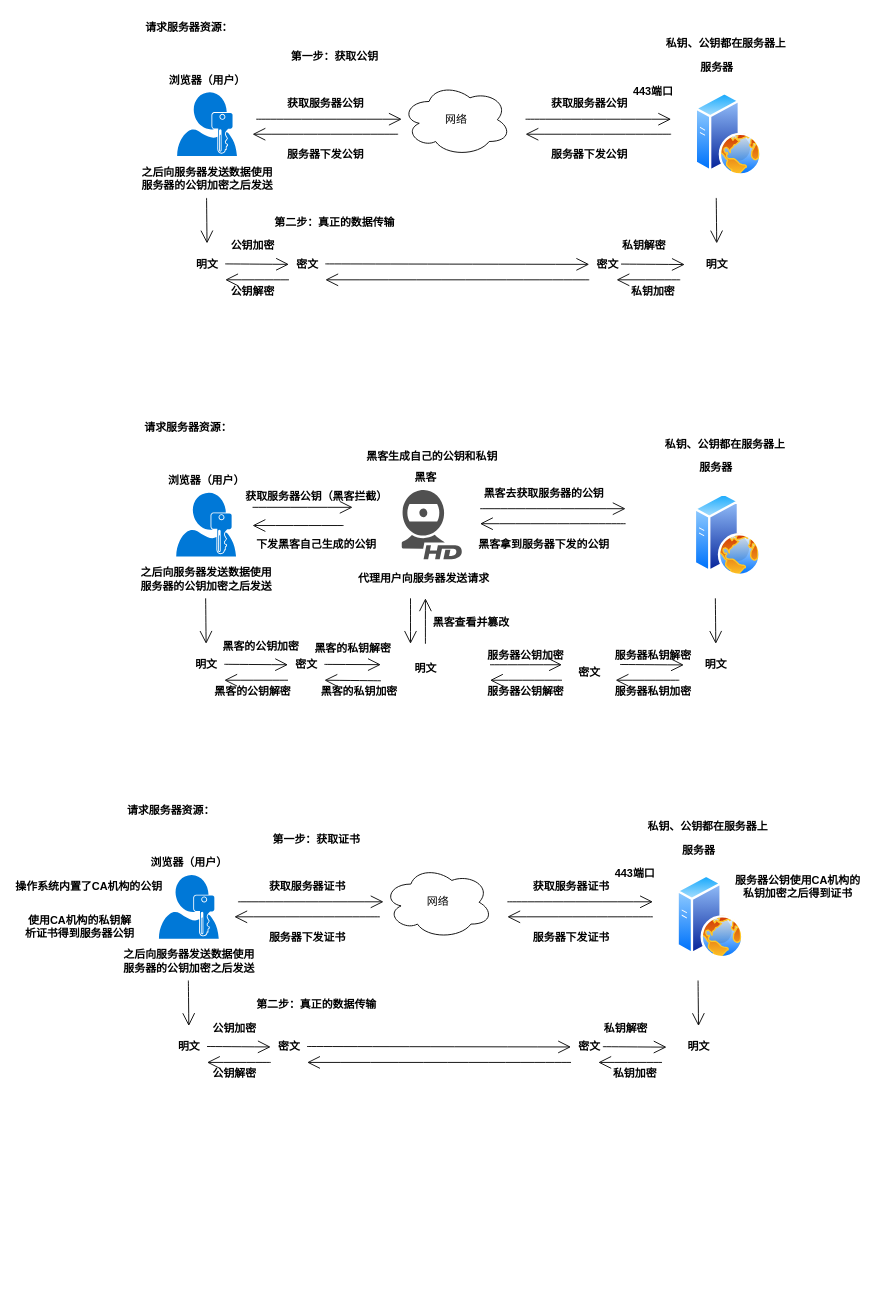
Above: 高级/HTTP和HTTPS.drawio in Chaimek/LearnPictures (draw.io), before the change. Source tidied: cells renumbered, new cells numbered last; positions are measured from the earlier drawing's top-left corner, leaving out a move shared by most shapes. Both pictures are drawn from the tidied source at 91%, with x=0, y=0 at pixel (43, 15).
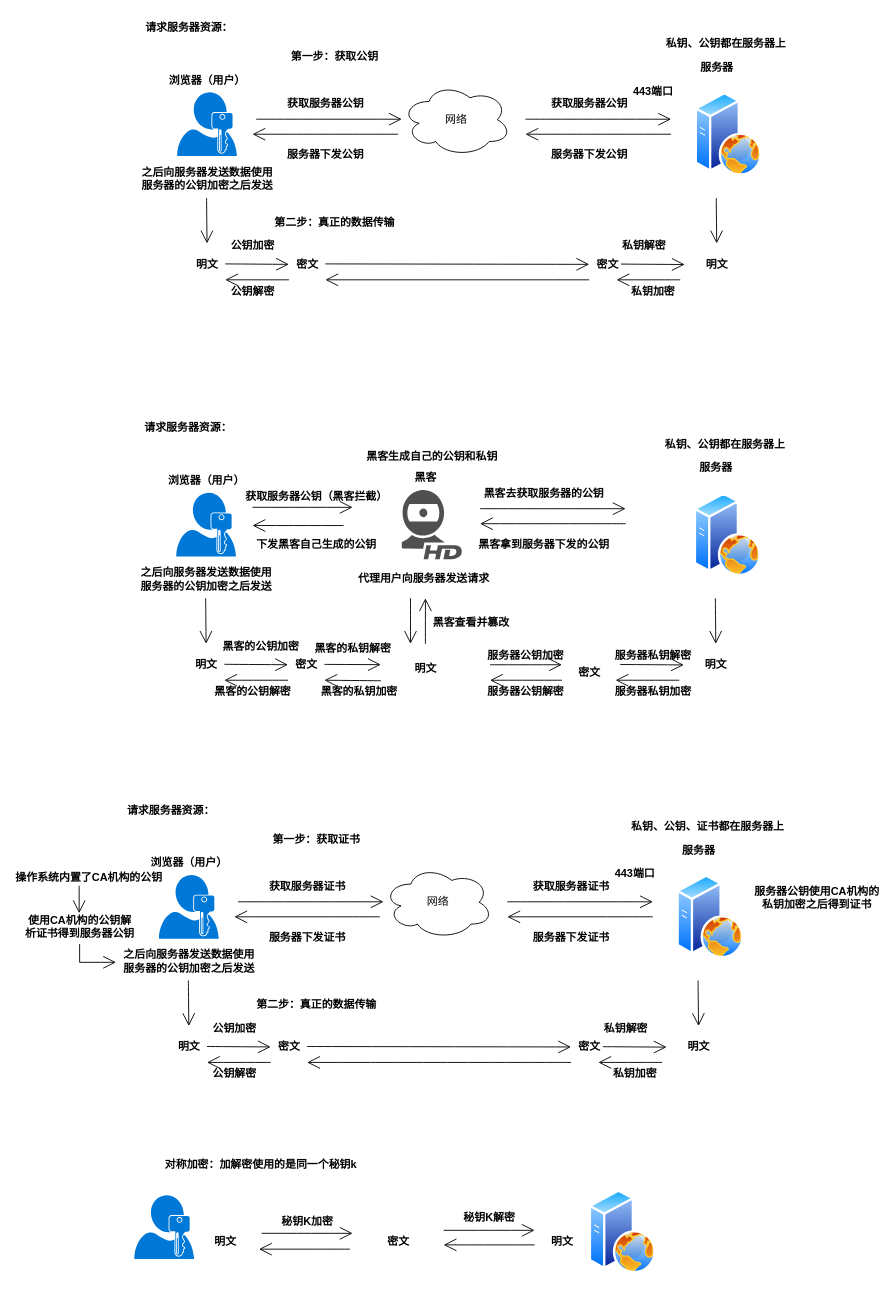
After the change.

What changed in the source:
```diff
@@
-    <mxCell id="87" value="私钥、公钥都在服务器上" style="text;align=center;fontStyle=1;verticalAlign=middle;spacingLeft=3;spacingRight=3;strokeColor=none;html=1;" parent="1" vertex="1">
+    <mxCell id="87" value="私钥、公钥、证书都在服务器上" style="text;align=center;fontStyle=1;verticalAlign=middle;spacingLeft=3;spacingRight=3;strokeColor=none;html=1;" parent="1" vertex="1">
       <mxGeometry x="690" y="878" width="80" height="26" as="geometry" />
     </mxCell>
@@
     <mxCell id="117" value="服务器公钥使用CA机构的&lt;br&gt;私钥加密之后得到证书" style="text;align=center;fontStyle=1;verticalAlign=middle;spacingLeft=3;spacingRight=3;strokeColor=none;html=1;" parent="1" vertex="1">
-      <mxGeometry x="789" y="944" width="80" height="26" as="geometry" />
+      <mxGeometry x="810" y="956" width="80" height="26" as="geometry" />
     </mxCell>
     <mxCell id="118" value="操作系统内置了CA机构的公钥" style="text;align=center;fontStyle=1;verticalAlign=middle;spacingLeft=3;spacingRight=3;strokeColor=none;html=1;" parent="1" vertex="1">
-      <mxGeometry x="10" y="944" width="80" height="26" as="geometry" />
+      <mxGeometry x="10" y="934" width="80" height="26" as="geometry" />
     </mxCell>
-    <mxCell id="119" value="使用CA机构的私钥解&lt;br&gt;析证书得到服务器公钥" style="text;align=center;fontStyle=1;verticalAlign=middle;spacingLeft=3;spacingRight=3;strokeColor=none;html=1;" parent="1" vertex="1">
+    <mxCell id="119" value="使用CA机构的公钥解&lt;br&gt;析证书得到服务器公钥" style="text;align=center;fontStyle=1;verticalAlign=middle;spacingLeft=3;spacingRight=3;strokeColor=none;html=1;" parent="1" vertex="1">
       <mxGeometry y="988" width="80" height="26" as="geometry" />
     </mxCell>
+    <mxCell id="120" style="endArrow=open;endFill=1;endSize=12;html=1;rounded=0;" parent="1" edge="1">
+      <mxGeometry relative="1" as="geometry">
+        <mxPoint x="40" y="1020" as="sourcePoint" />
+        <mxPoint x="80" y="1040" as="targetPoint" />
+        <Array as="points">
+          <mxPoint x="40" y="1040" />
+        </Array>
+      </mxGeometry>
+    </mxCell>
+    <mxCell id="121" style="endArrow=open;endFill=1;endSize=12;html=1;rounded=0;curved=1;" parent="1" edge="1">
+      <mxGeometry relative="1" as="geometry">
+        <mxPoint x="39.5" y="956" as="sourcePoint" />
+        <mxPoint x="39.5" y="986" as="targetPoint" />
+      </mxGeometry>
+    </mxCell>
+    <mxCell id="122" style="sketch=0;shadow=0;dashed=0;html=1;strokeColor=none;labelPosition=center;verticalLabelPosition=bottom;verticalAlign=top;align=center;shape=mxgraph.mscae.enterprise.user_permissions;fillColor=#0078D7;" parent="1" vertex="1">
+      <mxGeometry x="100" y="1296" width="65.8" height="70" as="geometry" />
+    </mxCell>
+    <mxCell id="123" style="image;perimeter=ellipsePerimeter;html=1;align=center;shadow=0;dashed=0;spacingTop=3;image=img/lib/active_directory/web_server.svg;" parent="1" vertex="1">
+      <mxGeometry x="600" y="1290" width="73.6" height="92" as="geometry" />
+    </mxCell>
+    <mxCell id="124" style="endArrow=open;endFill=1;endSize=12;html=1;rounded=0;curved=1;" parent="1" edge="1">
+      <mxGeometry relative="1" as="geometry">
+        <mxPoint x="240" y="1337.8" as="sourcePoint" />
+        <mxPoint x="340" y="1337.8" as="targetPoint" />
+      </mxGeometry>
+    </mxCell>
+    <mxCell id="125" value="对称加密：加解密使用的是同一个秘钥k" style="text;align=center;fontStyle=1;verticalAlign=middle;spacingLeft=3;spacingRight=3;strokeColor=none;html=1;" parent="1" vertex="1">
+      <mxGeometry x="199" y="1250" width="80" height="26" as="geometry" />
+    </mxCell>
+    <mxCell id="126" value="密文" style="text;align=center;fontStyle=1;verticalAlign=middle;spacingLeft=3;spacingRight=3;strokeColor=none;html=1;" parent="1" vertex="1">
+      <mxGeometry x="350" y="1334" width="80" height="26" as="geometry" />
+    </mxCell>
+    <mxCell id="127" style="endArrow=open;endFill=1;endSize=12;html=1;rounded=0;curved=1;" parent="1" edge="1">
+      <mxGeometry relative="1" as="geometry">
+        <mxPoint x="440" y="1334.5" as="sourcePoint" />
+        <mxPoint x="540" y="1334.5" as="targetPoint" />
+      </mxGeometry>
+    </mxCell>
+    <mxCell id="128" style="endArrow=open;endFill=1;endSize=12;html=1;rounded=0;curved=1;" parent="1" edge="1">
+      <mxGeometry relative="1" as="geometry">
+        <mxPoint x="337.1" y="1355.2" as="sourcePoint" />
+        <mxPoint x="237.1" y="1355.2" as="targetPoint" />
+      </mxGeometry>
+    </mxCell>
+    <mxCell id="129" style="endArrow=open;endFill=1;endSize=12;html=1;rounded=0;curved=1;" parent="1" edge="1">
+      <mxGeometry relative="1" as="geometry">
+        <mxPoint x="540" y="1350.5" as="sourcePoint" />
+        <mxPoint x="440" y="1350.5" as="targetPoint" />
+      </mxGeometry>
+    </mxCell>
+    <mxCell id="130" value="明文" style="text;align=center;fontStyle=1;verticalAlign=middle;spacingLeft=3;spacingRight=3;strokeColor=none;html=1;" parent="1" vertex="1">
+      <mxGeometry x="160" y="1334" width="80" height="26" as="geometry" />
+    </mxCell>
+    <mxCell id="131" value="明文" style="text;align=center;fontStyle=1;verticalAlign=middle;spacingLeft=3;spacingRight=3;strokeColor=none;html=1;" parent="1" vertex="1">
+      <mxGeometry x="530" y="1334" width="80" height="26" as="geometry" />
+    </mxCell>
+    <mxCell id="132" value="秘钥K加密" style="text;align=center;fontStyle=1;verticalAlign=middle;spacingLeft=3;spacingRight=3;strokeColor=none;html=1;" parent="1" vertex="1">
+      <mxGeometry x="250" y="1312" width="80" height="26" as="geometry" />
+    </mxCell>
+    <mxCell id="133" value="秘钥K解密" style="text;align=center;fontStyle=1;verticalAlign=middle;spacingLeft=3;spacingRight=3;strokeColor=none;html=1;" parent="1" vertex="1">
+      <mxGeometry x="450" y="1308" width="80" height="26" as="geometry" />
+    </mxCell>
```
